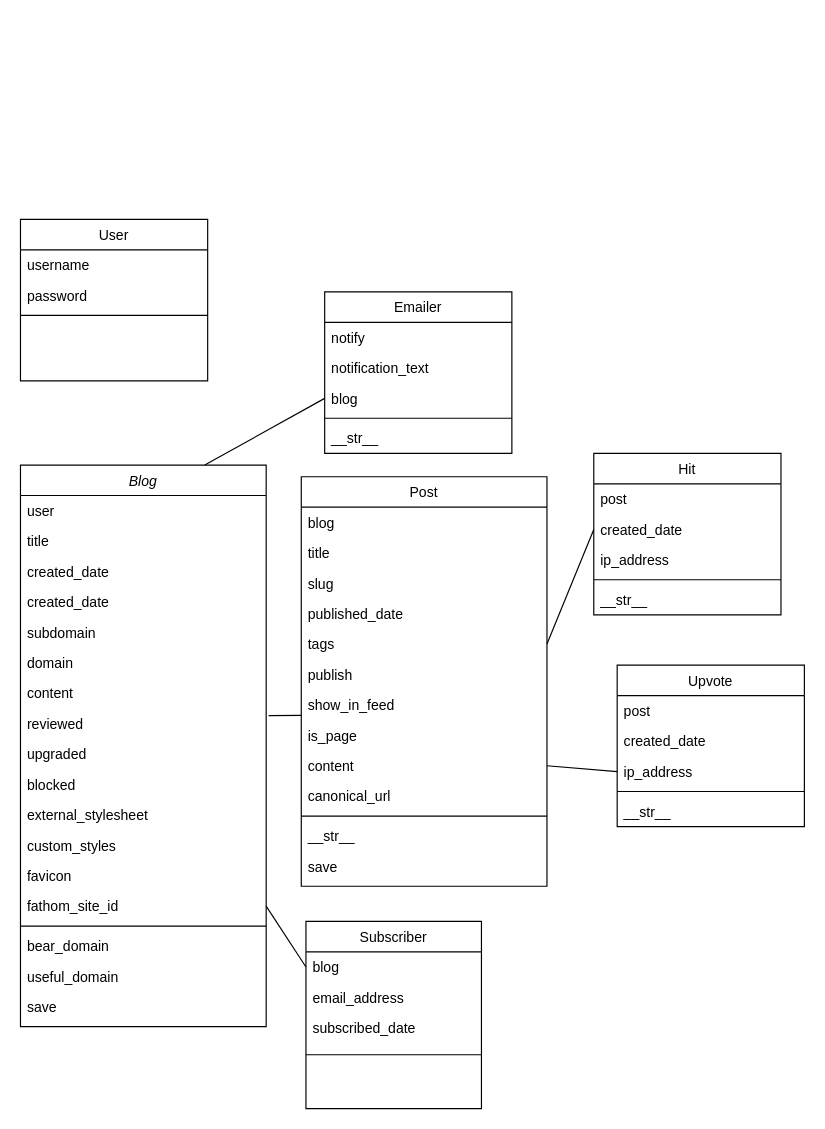
Before: page "Page-1" (1 of 2) of Diagram.drawio in kaopass/kao-blog-prototype-2, a draw.io diagram. Source tidied: cells renumbered, new cells numbered last; positions are measured from the earlier drawing's top-left corner, leaving out a move shared by most shapes. Both pictures are drawn from the tidied source at 117%, with x=0, y=0 at pixel (20, 219).
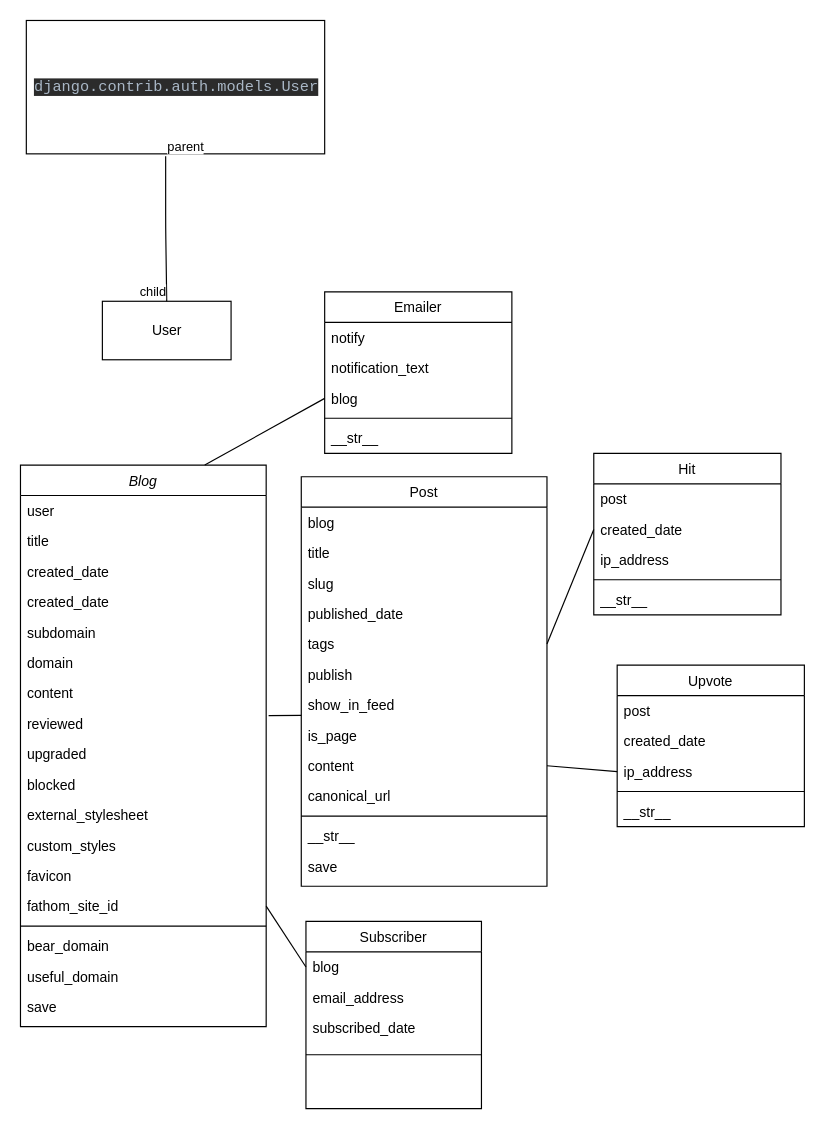
The same page after the edit.

Diff of the diagram source:
```diff
@@
-    <mxCell id="63" value="User" style="swimlane;fontStyle=0;align=center;verticalAlign=top;horizontal=1;startSize=26;rounded=0;shadow=0;strokeWidth=1;" parent="1" vertex="1">
-      <mxGeometry width="160" height="138" as="geometry" />
+    <mxCell id="63" value="User" style="html=1;" parent="1" vertex="1">
+      <mxGeometry x="70" y="70" width="110" height="50" as="geometry" />
     </mxCell>
-    <mxCell id="64" value="username" style="text;align=left;verticalAlign=top;spacingLeft=4;spacingRight=4;overflow=hidden;" parent="63" vertex="1">
-      <mxGeometry y="26" width="160" height="26" as="geometry" />
-    </mxCell>
-    <mxCell id="65" value="password" style="text;align=left;verticalAlign=top;spacingLeft=4;spacingRight=4;overflow=hidden;rounded=0;shadow=0;html=0;" parent="63" vertex="1">
-      <mxGeometry y="52" width="160" height="26" as="geometry" />
-    </mxCell>
-    <mxCell id="66" style="line;html=1;strokeWidth=1;align=left;verticalAlign=middle;spacingTop=-1;spacingLeft=3;spacingRight=3;labelPosition=right;" parent="63" vertex="1">
-      <mxGeometry y="78" width="160" height="8" as="geometry" />
-    </mxCell>
+    <mxCell id="67" value="&lt;pre style=&quot;background-color: #2b2b2b ; color: #a9b7c6 ; font-family: &amp;#34;jetbrains mono&amp;#34; , monospace ; font-size: 9.8pt&quot;&gt;django.contrib.auth.models.User&lt;/pre&gt;" style="html=1;" parent="1" vertex="1">
+      <mxGeometry x="5" y="-170" width="255" height="114" as="geometry" />
+    </mxCell>
+    <mxCell id="68" style="endArrow=none;html=1;edgeStyle=orthogonalEdgeStyle;exitX=0.467;exitY=1.018;exitDx=0;exitDy=0;exitPerimeter=0;entryX=0.5;entryY=0;entryDx=0;entryDy=0;" parent="1" edge="1" source="67" target="63">
+      <mxGeometry relative="1" as="geometry" />
+    </mxCell>
+    <mxCell id="69" value="parent" style="edgeLabel;html=1;align=left;verticalAlign=bottom;" parent="68" vertex="1">
+      <mxGeometry x="-1" relative="1" as="geometry" />
+    </mxCell>
+    <mxCell id="70" value="child" style="edgeLabel;html=1;align=right;verticalAlign=bottom;" parent="68" vertex="1">
+      <mxGeometry x="1" relative="1" as="geometry" />
+    </mxCell>
```
